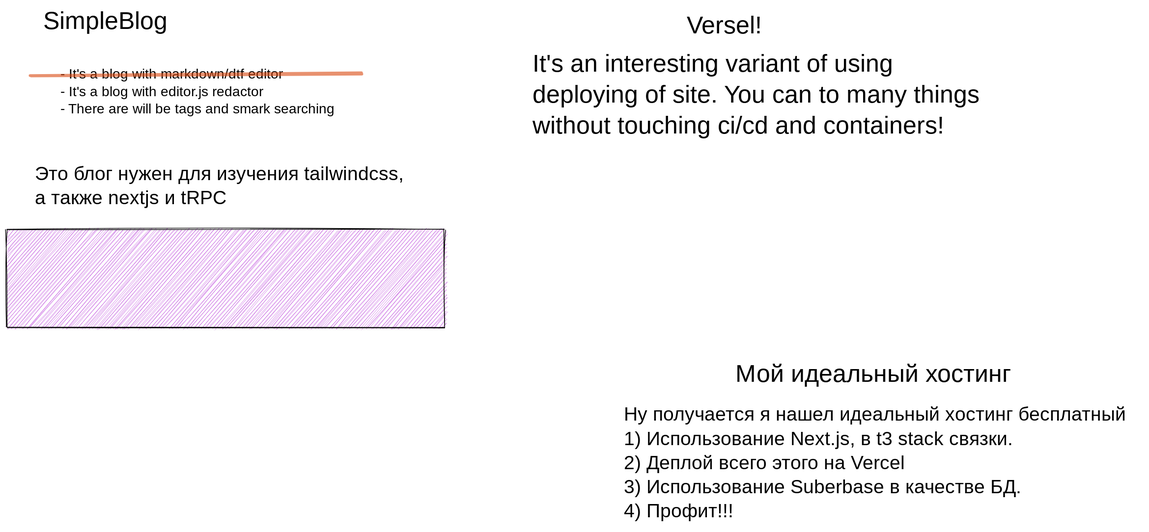
Before: idex.excalidraw.svg, a diagram exported from Excalidraw (simpleString/simpleBlog-next). Source tidied: one line per element, renumbered; positions are measured from the earlier drawing's top-left corner, leaving out a move shared by most shapes. The source it was exported from:
```json
{"id": 0, "type": "text", "text": "SimpleBlog", "strokeColor": "#000000", "strokeWidth": 1, "roughness": 1, "fontSize": 36, "fontFamily": 1, "x": 53, "y": 0, "width": 174, "height": 45}
{"id": 1, "type": "text", "text": "Это блог нужен для изучения tailwindcss,\nа также nextjs и tRPC", "strokeColor": "#000000", "strokeWidth": 1, "roughness": 1, "fontSize": 28, "fontFamily": 1, "x": 41, "y": 227, "width": 556, "height": 70}
{"id": 2, "type": "text", "text": "- It's a blog with markdown/dtf editor\n- It's a blog with editor.js redactor\n- There are will be tags and smark searching", "strokeColor": "#000000", "strokeWidth": 1, "roughness": 1, "fontSize": 20, "fontFamily": 1, "x": 78, "y": 86, "width": 449, "height": 76}
{"id": 3, "type": "rectangle", "strokeColor": "#000000", "backgroundColor": "#be4bdb", "fillStyle": "hachure", "strokeWidth": 1, "roughness": 1, "x": 0, "y": 324, "width": 636, "height": 143}
{"id": 4, "type": "line", "strokeColor": "#d9480f", "backgroundColor": "#be4bdb", "fillStyle": "hachure", "strokeWidth": 4, "roughness": 1, "opacity": 60, "x": 35, "y": 99, "width": 480, "height": 2, "points": [[0, 0], [480, -2]]}
{"id": 5, "type": "text", "text": "Versel!", "strokeColor": "#000000", "backgroundColor": "#be4bdb", "fillStyle": "hachure", "strokeWidth": 4, "roughness": 1, "fontSize": 36, "fontFamily": 1, "x": 989, "y": 6, "width": 114, "height": 45}
{"id": 6, "type": "text", "text": "It's an interesting variant of using\ndeploying of site. You can to many things\nwithout touching ci/cd and containers!", "strokeColor": "#000000", "backgroundColor": "#be4bdb", "fillStyle": "hachure", "strokeWidth": 4, "roughness": 1, "fontSize": 36, "fontFamily": 1, "x": 764, "y": 62, "width": 727, "height": 135}
{"id": 7, "type": "text", "text": "Ну получается я нашел идеальный хостинг бесплатный\n1) Использование Next.js, в t3 stack связки.\n2) Деплой всего этого на Vercel\n3) Использование Suberbase в качестве БД.\n4) Профит!!! ", "strokeColor": "#000000", "backgroundColor": "#be4bdb", "fillStyle": "hachure", "strokeWidth": 4, "roughness": 1, "fontSize": 28, "fontFamily": 1, "x": 897, "y": 578, "width": 754, "height": 176}
{"id": 8, "type": "text", "text": "Мой идеальный хостинг", "strokeColor": "#000000", "backgroundColor": "#be4bdb", "fillStyle": "hachure", "strokeWidth": 4, "roughness": 1, "fontSize": 36, "fontFamily": 1, "x": 1059, "y": 514, "width": 417, "height": 45}
```
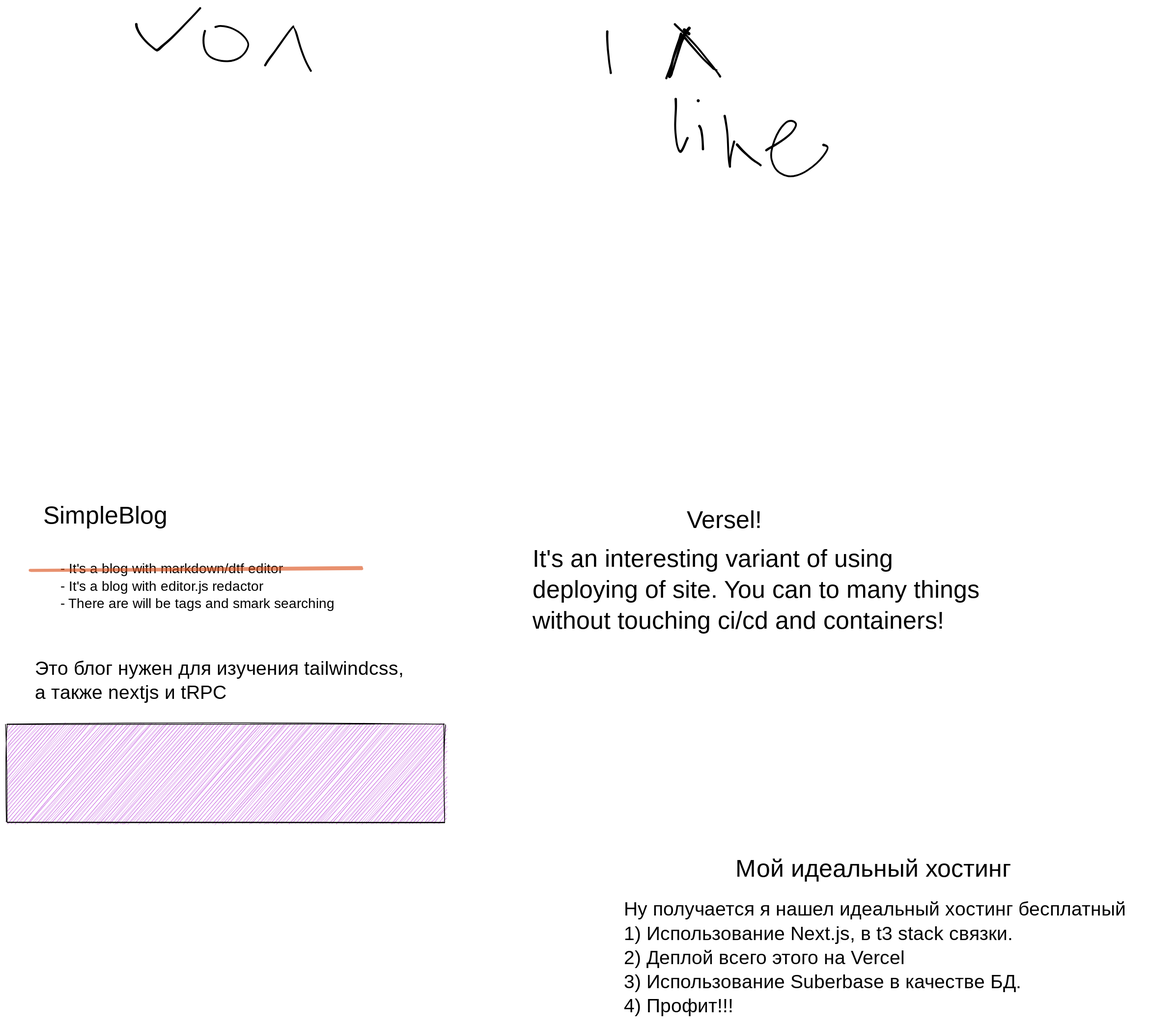
After the change.

Diff of the diagram source:
```diff
@@ -7,3 +7,17 @@
 {"id": 6, "type": "text", "text": "It's an interesting variant of using\ndeploying of site. You can to many things\nwithout touching ci/cd and containers!", "strokeColor": "#000000", "backgroundColor": "#be4bdb", "fillStyle": "hachure", "strokeWidth": 4, "roughness": 1, "fontSize": 36, "fontFamily": 1, "x": 764, "y": 62, "width": 727, "height": 135}
 {"id": 7, "type": "text", "text": "Ну получается я нашел идеальный хостинг бесплатный\n1) Использование Next.js, в t3 stack связки.\n2) Деплой всего этого на Vercel\n3) Использование Suberbase в качестве БД.\n4) Профит!!! ", "strokeColor": "#000000", "backgroundColor": "#be4bdb", "fillStyle": "hachure", "strokeWidth": 4, "roughness": 1, "fontSize": 28, "fontFamily": 1, "x": 897, "y": 578, "width": 754, "height": 176}
 {"id": 8, "type": "text", "text": "Мой идеальный хостинг", "strokeColor": "#000000", "backgroundColor": "#be4bdb", "fillStyle": "hachure", "strokeWidth": 4, "roughness": 1, "fontSize": 36, "fontFamily": 1, "x": 1059, "y": 514, "width": 417, "height": 45}
+{"id": 9, "type": "freedraw", "strokeColor": "#000000", "strokeWidth": 1, "roughness": 1, "x": 376, "y": -635, "width": 67, "height": 68, "points": [[0, 0], [3, -6], [4, -6], [5, -9], [10, -15], [17, -23], [23, -33], [32, -45], [38, -54], [42, -59], [43, -59], [44, -54], [46, -45], [50, -32], [54, -18], [59, -5], [63, 3], [66, 8], [67, 9], [67, 8], [67, 8]]}
+{"id": 10, "type": "freedraw", "strokeColor": "#000000", "strokeWidth": 1, "roughness": 1, "x": 288, "y": -685, "width": 67, "height": 53, "points": [[0, 0], [-1, 0], [-2, 4], [-3, 10], [-3, 19], [-1, 29], [3, 36], [9, 41], [18, 44], [25, 44], [34, 45], [45, 44], [54, 39], [60, 32], [63, 25], [64, 20], [64, 16], [60, 11], [55, 5], [48, -1], [40, -5], [32, -7], [25, -8], [20, -8], [17, -7], [14, -5], [14, -5]]}
+{"id": 11, "type": "freedraw", "strokeColor": "#000000", "strokeWidth": 1, "roughness": 1, "x": 188, "y": -694, "width": 95, "height": 64, "points": [[0, 0], [0, 1], [0, 2], [0, 6], [4, 13], [8, 19], [15, 27], [22, 33], [27, 36], [30, 39], [31, 39], [32, 39], [32, 38], [34, 35], [38, 31], [44, 26], [52, 20], [64, 8], [74, -3], [84, -14], [92, -22], [95, -25], [95, -25]]}
+{"id": 12, "type": "freedraw", "strokeColor": "#000000", "strokeWidth": 1, "roughness": 1, "x": 873, "y": -684, "width": 6, "height": 62, "points": [[0, 0], [0, 1], [0, 6], [0, 13], [0, 22], [1, 34], [3, 44], [4, 54], [5, 60], [5, 62], [5, 62]]}
+{"id": 13, "type": "freedraw", "strokeColor": "#000000", "strokeWidth": 1, "roughness": 1, "x": 980, "y": -680, "width": 22, "height": 66, "points": [[0, 0], [0, 1], [-2, 7], [-5, 19], [-10, 35], [-16, 50], [-20, 62], [-22, 65], [-22, 66], [-22, 66]]}
+{"id": 14, "type": "freedraw", "strokeColor": "#000000", "strokeWidth": 1, "roughness": 1, "x": 971, "y": -694, "width": 67, "height": 77, "points": [[0, 0], [1, 1], [4, 4], [11, 11], [22, 21], [32, 32], [41, 42], [49, 53], [56, 62], [63, 71], [67, 76], [67, 77], [67, 77]]}
+{"id": 15, "type": "freedraw", "strokeColor": "#000000", "strokeWidth": 1, "roughness": 1, "x": 985, "y": -686, "width": 7, "height": 6, "points": [[0, 0], [0, 1], [0, 1], [2, 3], [4, 4], [6, 5], [7, 6], [7, 6]]}
+{"id": 16, "type": "freedraw", "strokeColor": "#000000", "strokeWidth": 1, "roughness": 1, "x": 992, "y": -689, "width": 70, "height": 71, "points": [[0, 0], [-3, 3], [-5, 6], [-7, 9], [-8, 12], [-11, 18], [-15, 32], [-19, 46], [-23, 59], [-26, 66], [-26, 68], [-27, 68], [-28, 71], [-28, 63], [-23, 38], [-15, 17], [-11, 8], [-9, 9], [-2, 19], [12, 35], [26, 51], [37, 61], [41, 63], [40, 62], [40, 61]]}
+{"id": 17, "type": "freedraw", "strokeColor": "#000000", "strokeWidth": 1, "roughness": 1, "x": 973, "y": -586, "width": 19, "height": 78, "points": [[0, 0], [0, 1], [0, 8], [0, 22], [-1, 37], [-1, 53], [1, 67], [3, 75], [5, 77], [6, 78], [7, 78], [9, 76], [12, 71], [15, 62], [17, 57], [18, 56], [18, 56]]}
+{"id": 18, "type": "freedraw", "strokeColor": "#000000", "strokeWidth": 1, "roughness": 1, "x": 1007, "y": -546, "width": 5, "height": 35, "points": [[0, 0], [2, 0], [4, 6], [5, 14], [5, 24], [5, 31], [5, 35], [5, 35]]}
+{"id": 19, "type": "freedraw", "strokeColor": "#000000", "strokeWidth": 1, "roughness": 1, "x": 1005, "y": -583, "width": 0, "height": 0, "points": [[0, 0], [0, 0]]}
+{"id": 20, "type": "freedraw", "strokeColor": "#000000", "strokeWidth": 1, "roughness": 1, "x": 1044, "y": -561, "width": 14, "height": 76, "points": [[0, 0], [0, 4], [2, 10], [3, 17], [5, 27], [5, 42], [5, 58], [6, 70], [7, 74], [8, 76], [8, 75], [8, 74], [8, 63], [9, 52], [14, 37], [14, 35], [14, 35]]}
+{"id": 21, "type": "freedraw", "strokeColor": "#000000", "strokeWidth": 1, "roughness": 1, "x": 1062, "y": -519, "width": 35, "height": 31, "points": [[0, 0], [0, 1], [14, 15], [21, 21], [27, 26], [32, 28], [35, 30], [35, 31], [35, 31]]}
+{"id": 22, "type": "freedraw", "strokeColor": "#000000", "strokeWidth": 1, "roughness": 1, "x": 1104, "y": -511, "width": 92, "height": 85, "points": [[0, 0], [0, -1], [0, -1], [1, -2], [5, -4], [15, -9], [26, -15], [36, -23], [43, -31], [45, -37], [45, -39], [43, -41], [38, -44], [32, -44], [26, -41], [17, -29], [9, -14], [5, 5], [5, 18], [11, 29], [20, 38], [33, 41], [45, 40], [63, 31], [79, 17], [87, 6], [91, -3], [91, -5], [90, -7], [86, -8], [82, -8], [82, -8]]}
```
